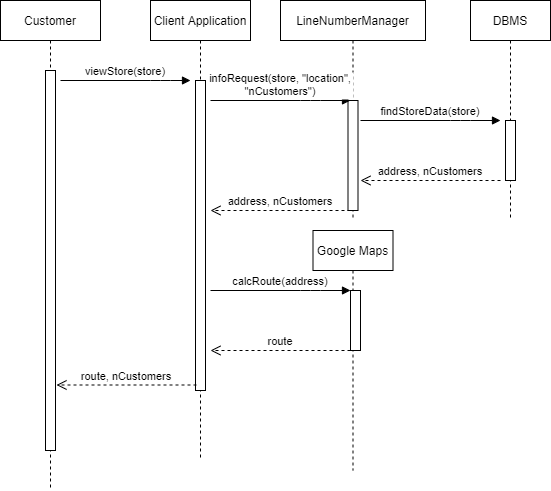
Before: DD/Images/CustomerSequenceDiagrams/ViewStoreSequenceDiagram.png, a diagram exported from draw.io (Furcanzo/BurattiIncesuluHrvoj). Source tidied: cells renumbered, new cells last; positions are measured from the earlier drawing's top-left corner, leaving out a move shared by most shapes.
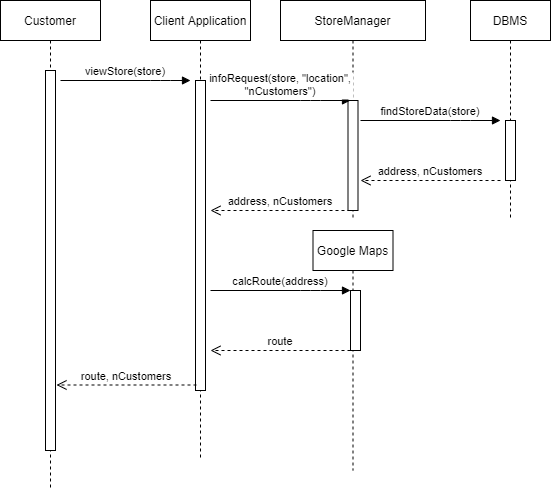
After the commit.

Commit message:
added text description of the customer sequence diagrams changed LineNumberManager with StoreManager in viewStoreSequenceDiagram

What changed in the source:
```diff
@@ -23,7 +23,7 @@
         </Array>
       </mxGeometry>
     </mxCell>
-    <mxCell id="7" value="LineNumberManager" style="shape=umlLifeline;perimeter=lifelinePerimeter;rounded=0;shadow=0;strokeWidth=1;" parent="1" vertex="1">
+    <mxCell id="7" value="StoreManager" style="shape=umlLifeline;perimeter=lifelinePerimeter;rounded=0;shadow=0;strokeWidth=1;" parent="1" vertex="1">
       <mxGeometry x="280" width="145" height="220" as="geometry" />
     </mxCell>
     <mxCell id="8" style="perimeter=orthogonalPerimeter;rounded=0;shadow=0;strokeWidth=1;" parent="7" vertex="1">
```
